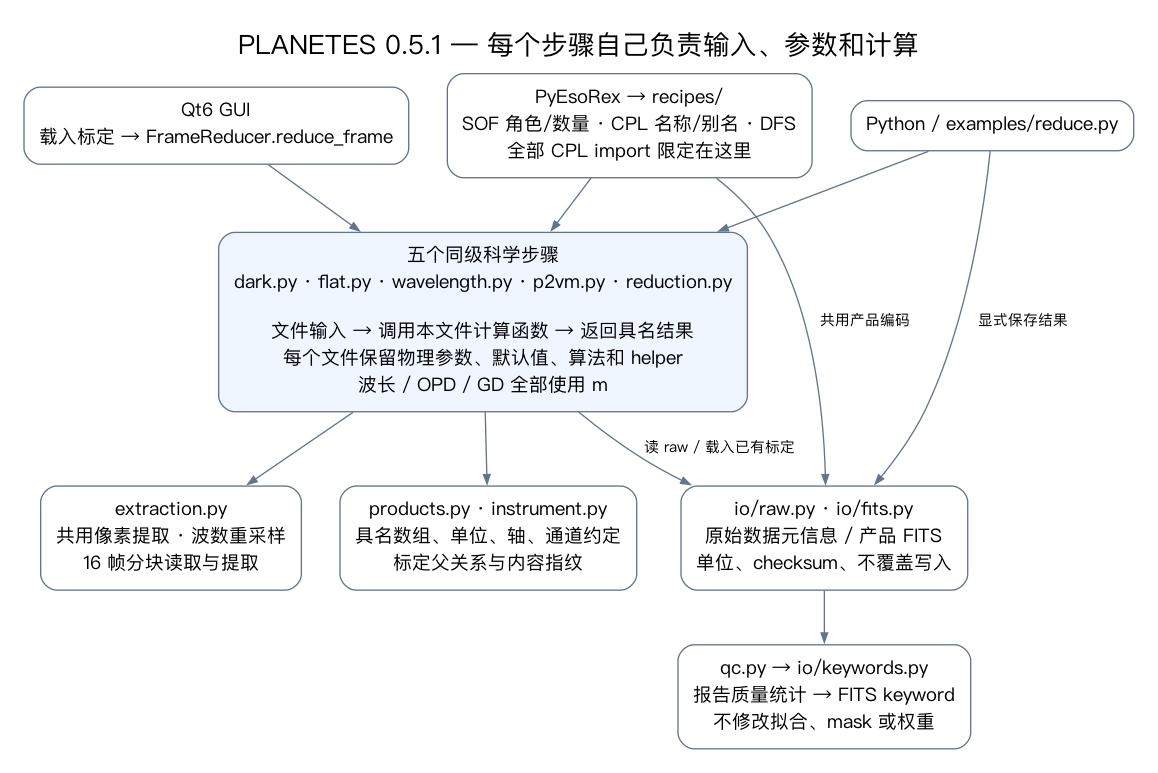
The Graphviz diagram docs/architecture.png in zexwu/planetes_pipe, before a commit. Its source is kept beside it as docs/architecture.dot.
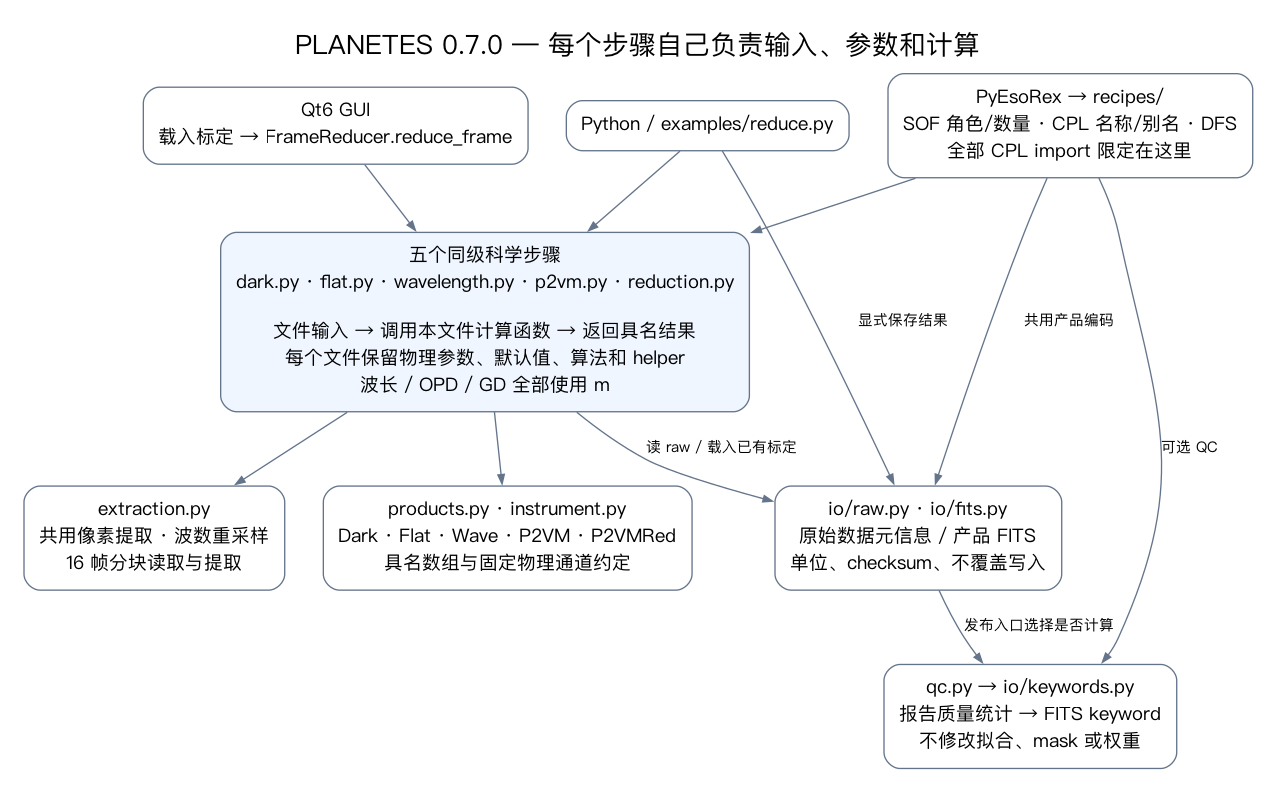
Later version of the same file.

The edit, as a diff of the source:
```diff
@@ -1,5 +1,5 @@
 digraph Architecture {
-  graph [rankdir=TB, bgcolor="white", pad=0.25, nodesep=0.4, ranksep=0.55, fontname="PingFang SC", fontsize=20, label="PLANETES 0.5.1 — 每个步骤自己负责输入、参数和计算", labelloc=t];
+  graph [rankdir=TB, bgcolor="white", pad=0.25, nodesep=0.4, ranksep=0.55, fontname="PingFang SC", fontsize=20, label="PLANETES 0.7.0 — 每个步骤自己负责输入、参数和计算", labelloc=t];
   node [shape=box, style="rounded", fontname="PingFang SC", fontsize=14, color="#64748b", margin="0.16,0.12"];
   edge [fontname="PingFang SC", fontsize=11, color="#64748b", arrowsize=0.7];
   python [label="Python / examples/reduce.py"];
@@ -8,7 +8,7 @@
   steps [label="五个同级科学步骤\ndark.py · flat.py · wavelength.py · p2vm.py · reduction.py\n\n文件输入 → 调用本文件计算函数 → 返回具名结果\n每个文件保留物理参数、默认值、算法和 helper\n波长 / OPD / GD 全部使用 m", style="rounded,filled", fillcolor="#eff6ff"];
   extraction [label="extraction.py\n共用像素提取 · 波数重采样\n16 帧分块读取与提取"];
   io [label="io/raw.py · io/fits.py\n原始数据元信息 / 产品 FITS\n单位、checksum、不覆盖写入"];
-  products [label="products.py · instrument.py\n具名数组、单位、轴、通道约定\n标定父关系与内容指纹"];
+  products [label="products.py · instrument.py\nDark · Flat · Wave · P2VM · P2VMRed\n具名数组与固定物理通道约定"];
   qc [label="qc.py → io/keywords.py\n报告质量统计 → FITS keyword\n不修改拟合、mask 或权重"];
   {rank=same; python; recipes; gui;}
   python -> steps;
@@ -19,5 +19,6 @@
   steps -> io [label="读 raw / 载入已有标定"];
   python -> io [label="显式保存结果"];
   recipes -> io [label="共用产品编码"];
-  io -> qc;
+  io -> qc [label="发布入口选择是否计算"];
+  recipes -> qc [label="可选 QC"];
 }
```
